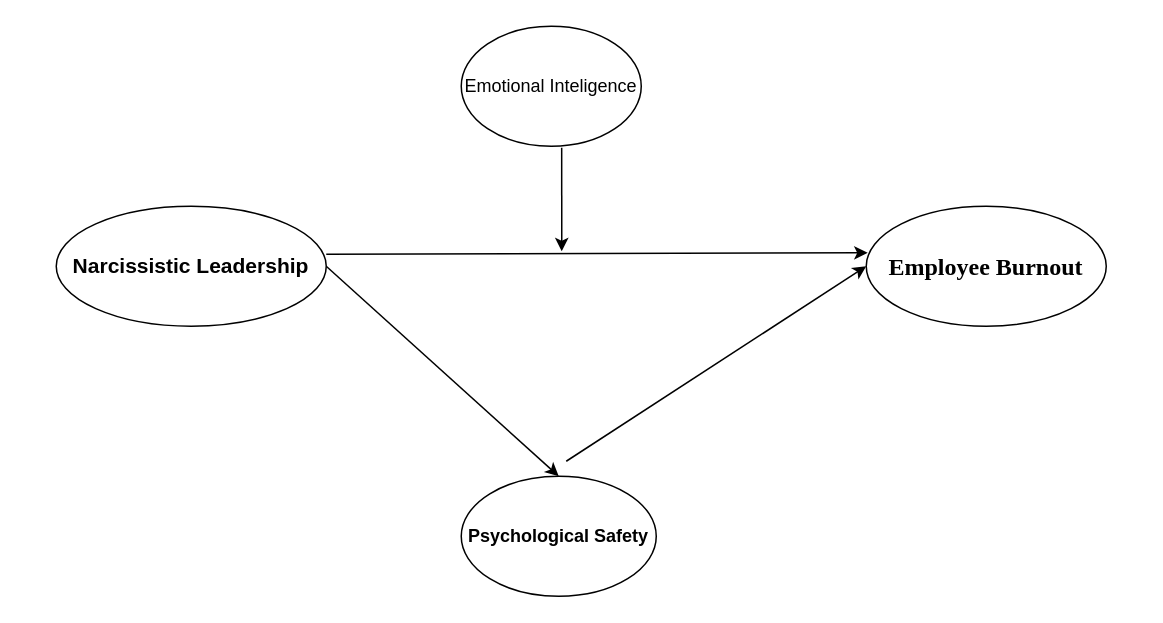
Above: Nouf Friend.drawio in Emerson9icedude4u2c/Research (draw.io), before the change. Source tidied: cells renumbered, new cells numbered last; positions are measured from the earlier drawing's top-left corner, leaving out a move shared by most shapes. Both pictures are drawn from the tidied source at 150%, with x=0, y=0 at pixel (56, 26).
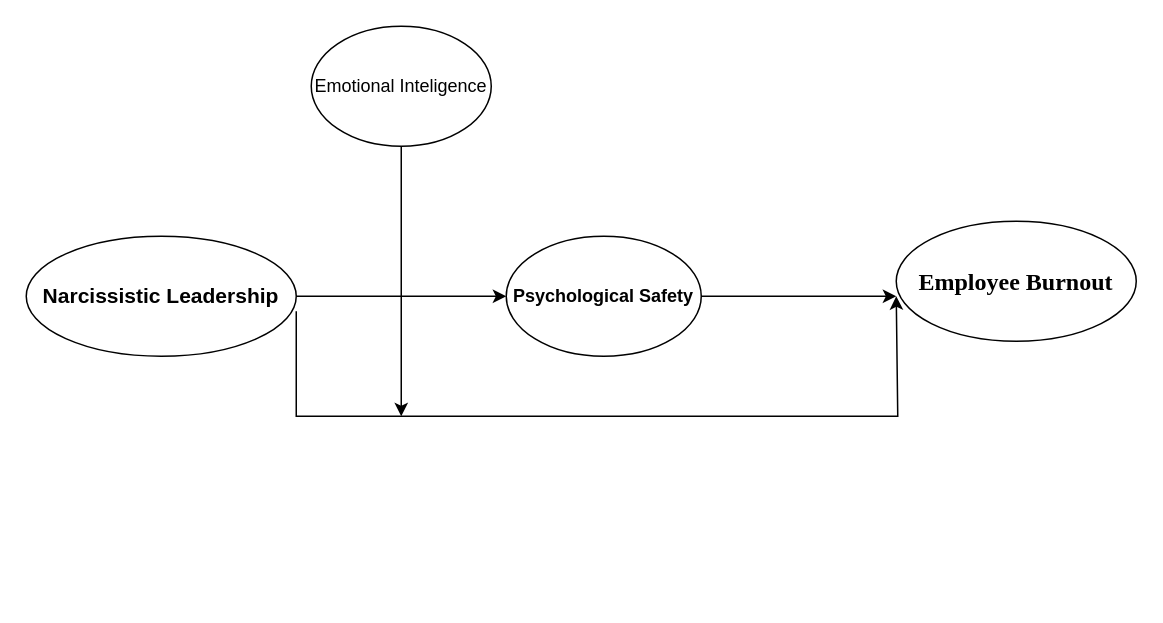
The same diagram, later.

Change to the diagram source:
```diff
@@
 <mxGraphModel>
   <root>
     <mxCell id="0" />
     <mxCell id="1" parent="0" />
     <mxCell id="2" value="&lt;b&gt;&lt;font style=&quot;font-size: 14px;&quot;&gt;Narcissistic Leadership&lt;/font&gt;&lt;/b&gt;" style="ellipse;whiteSpace=wrap;html=1;" parent="1" vertex="1">
-      <mxGeometry y="120" width="180" height="80" as="geometry" />
+      <mxGeometry x="-20" y="140" width="180" height="80" as="geometry" />
     </mxCell>
     <mxCell id="3" value="&lt;b style=&quot;font-size: medium; text-align: start;&quot;&gt;&lt;span style=&quot;font-size: 12pt; line-height: 32px; font-family: &amp;quot;Times New Roman&amp;quot;, serif;&quot; lang=&quot;EN-US&quot;&gt;Employee Burnout&lt;/span&gt;&lt;/b&gt;" style="ellipse;whiteSpace=wrap;html=1;" parent="1" vertex="1">
-      <mxGeometry x="540" y="120" width="160" height="80" as="geometry" />
+      <mxGeometry x="560" y="130" width="160" height="80" as="geometry" />
     </mxCell>
     <mxCell id="4" value="&lt;b&gt;Psychological Safety&lt;/b&gt;" style="ellipse;whiteSpace=wrap;html=1;" parent="1" vertex="1">
-      <mxGeometry x="270" y="300" width="130" height="80" as="geometry" />
+      <mxGeometry x="300" y="140" width="130" height="80" as="geometry" />
     </mxCell>
-    <mxCell id="5" style="endArrow=classic;html=1;rounded=0;entryX=0.5;entryY=0;entryDx=0;entryDy=0;exitX=1;exitY=0.5;exitDx=0;exitDy=0;" parent="1" edge="1" source="2" target="4">
+    <mxCell id="5" style="endArrow=classic;html=1;rounded=0;entryX=0;entryY=0.5;entryDx=0;entryDy=0;exitX=1;exitY=0.5;exitDx=0;exitDy=0;" parent="1" edge="1" source="2" target="4">
       <mxGeometry relative="1" as="geometry" />
     </mxCell>
-    <mxCell id="6" style="endArrow=classic;html=1;rounded=0;entryX=0;entryY=0.5;entryDx=0;entryDy=0;" parent="1" edge="1" target="3">
+    <mxCell id="6" style="endArrow=classic;html=1;rounded=0;exitX=1;exitY=0.5;exitDx=0;exitDy=0;" parent="1" edge="1" source="4">
       <mxGeometry relative="1" as="geometry">
-        <mxPoint x="340" y="290" as="sourcePoint" />
+        <mxPoint x="560" y="180" as="targetPoint" />
       </mxGeometry>
     </mxCell>
-    <mxCell id="7" style="endArrow=classic;html=1;rounded=0;exitX=1;exitY=0.4;exitDx=0;exitDy=0;exitPerimeter=0;entryX=0.006;entryY=0.388;entryDx=0;entryDy=0;entryPerimeter=0;" parent="1" edge="1" source="2" target="3">
-      <mxGeometry relative="1" as="geometry" />
+    <mxCell id="7" style="endArrow=classic;html=1;rounded=0;exitX=1;exitY=0.625;exitDx=0;exitDy=0;exitPerimeter=0;" parent="1" edge="1" source="2">
+      <mxGeometry relative="1" as="geometry">
+        <mxPoint x="560" y="180" as="targetPoint" />
+        <Array as="points">
+          <mxPoint x="160" y="260" />
+          <mxPoint x="561" y="260" />
+        </Array>
+      </mxGeometry>
     </mxCell>
     <mxCell id="8" value="Emotional Inteligence" style="ellipse;whiteSpace=wrap;html=1;" parent="1" vertex="1">
-      <mxGeometry x="270" width="120" height="80" as="geometry" />
+      <mxGeometry x="170" width="120" height="80" as="geometry" />
     </mxCell>
-    <mxCell id="9" style="endArrow=classic;html=1;rounded=0;exitX=0.558;exitY=1.013;exitDx=0;exitDy=0;exitPerimeter=0;" parent="1" edge="1" source="8">
+    <mxCell id="9" style="endArrow=classic;html=1;rounded=0;exitX=0.5;exitY=1;exitDx=0;exitDy=0;" parent="1" edge="1" source="8">
       <mxGeometry relative="1" as="geometry">
-        <mxPoint x="337" y="150" as="targetPoint" />
+        <mxPoint x="230" y="260" as="targetPoint" />
       </mxGeometry>
     </mxCell>
   </root>
 </mxGraphModel>
```
